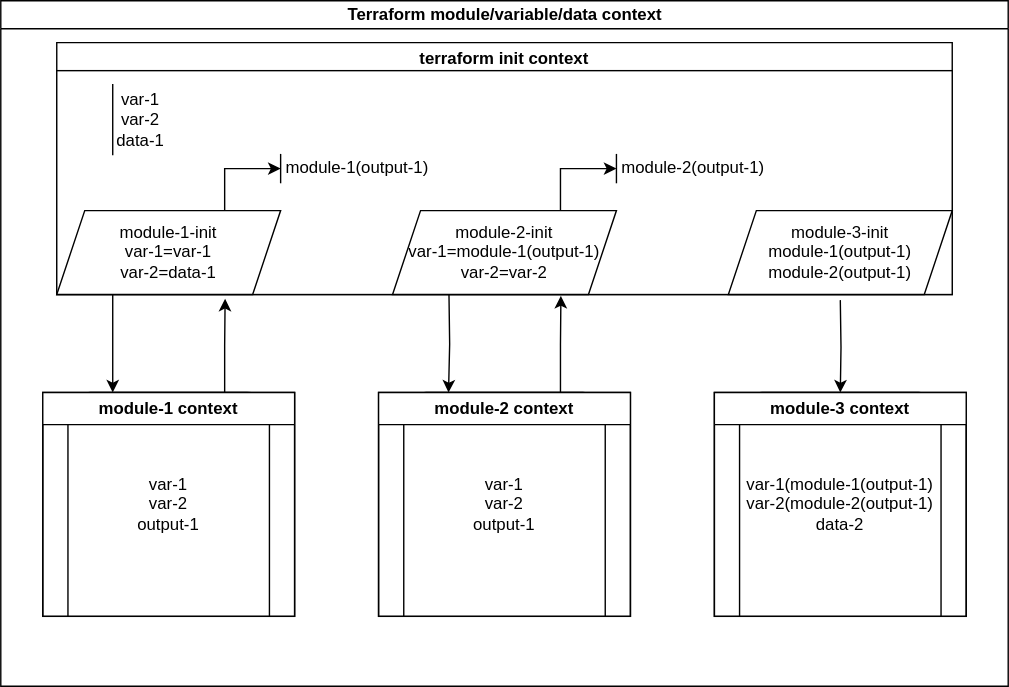
alismx/diagrams keeps this draw.io diagram as terraform-variable-context.svg. Above is the earlier version. Source tidied: cells renumbered, new cells last; positions are measured from the earlier drawing's top-left corner, leaving out a move shared by most shapes.
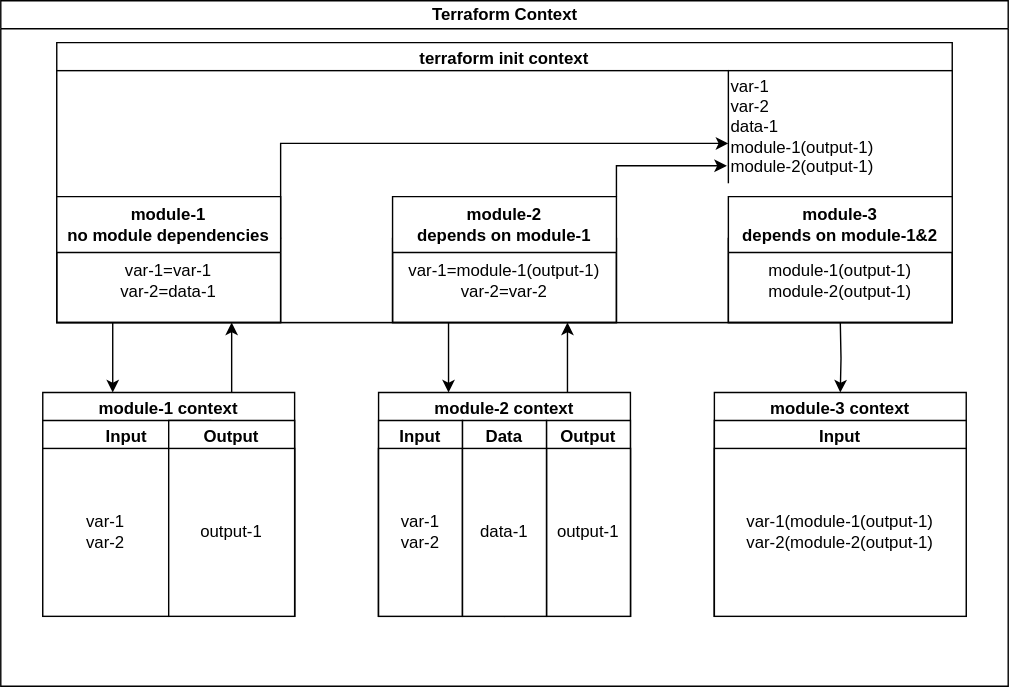
After the change.

The edit, as a diff of the source:
```diff
@@ -2,97 +2,123 @@
   <root>
     <mxCell id="0" />
     <mxCell id="1" parent="0" />
-    <mxCell id="2" value="&lt;div&gt;Terraform module/variable/data context&lt;/div&gt;" style="swimlane;html=1;startSize=20;horizontal=1;containerType=tree;glass=0;" parent="1" vertex="1">
+    <mxCell id="2" value="&lt;div&gt;Terraform Context&lt;/div&gt;" style="swimlane;html=1;startSize=20;horizontal=1;containerType=tree;glass=0;" parent="1" vertex="1">
       <mxGeometry width="720" height="490" as="geometry" />
     </mxCell>
-    <mxCell id="3" style="edgeStyle=orthogonalEdgeStyle;rounded=0;orthogonalLoop=1;jettySize=auto;html=1;exitX=0.25;exitY=0;exitDx=0;exitDy=0;entryX=0.25;entryY=0;entryDx=0;entryDy=0;" parent="2" edge="1" source="5" target="5">
-      <mxGeometry relative="1" as="geometry" />
-    </mxCell>
-    <mxCell id="4" style="rounded=1;whiteSpace=wrap;html=1;" parent="2" vertex="1">
-      <mxGeometry x="40" y="280" width="160" height="160" as="geometry" />
-    </mxCell>
-    <mxCell id="5" style="rounded=1;whiteSpace=wrap;html=1;" parent="2" vertex="1">
-      <mxGeometry x="280" y="280" width="160" height="160" as="geometry" />
-    </mxCell>
-    <mxCell id="6" style="rounded=1;whiteSpace=wrap;html=1;" parent="2" vertex="1">
-      <mxGeometry x="520" y="280" width="160" height="160" as="geometry" />
-    </mxCell>
-    <mxCell id="7" value="&lt;div&gt;var-1&lt;/div&gt;&lt;div&gt;var-2&lt;/div&gt;&lt;div&gt;output-1&lt;/div&gt;" style="shape=process;whiteSpace=wrap;html=1;backgroundOutline=1;" parent="2" vertex="1">
-      <mxGeometry x="30" y="280" width="180" height="160" as="geometry" />
-    </mxCell>
-    <mxCell id="8" value="var-1&lt;div&gt;var-2&lt;/div&gt;&lt;div&gt;output-1&lt;/div&gt;" style="shape=process;whiteSpace=wrap;html=1;backgroundOutline=1;" parent="2" vertex="1">
-      <mxGeometry x="270" y="280" width="180" height="160" as="geometry" />
-    </mxCell>
-    <mxCell id="9" value="&lt;div&gt;var-1(module-1(output-1)&lt;/div&gt;&lt;div&gt;var-2(module-2(output-1)&lt;br&gt;&lt;/div&gt;&lt;div&gt;data-2&lt;br&gt;&lt;/div&gt;" style="shape=process;whiteSpace=wrap;html=1;backgroundOutline=1;" parent="2" vertex="1">
-      <mxGeometry x="510" y="280" width="180" height="160" as="geometry" />
-    </mxCell>
     <mxCell id="10" value="terraform init context" style="swimlane;whiteSpace=wrap;html=1;" parent="2" vertex="1">
-      <mxGeometry x="40" y="30" width="640" height="180" as="geometry" />
+      <mxGeometry x="40" y="30" width="640" height="200" as="geometry" />
     </mxCell>
     <mxCell id="11" style="rounded=0;whiteSpace=wrap;html=1;" parent="10" vertex="1">
-      <mxGeometry y="20" width="640" height="160" as="geometry" />
+      <mxGeometry y="20" width="640" height="180" as="geometry" />
     </mxCell>
-    <mxCell id="12" value="&lt;div&gt;module-2(output-1)&lt;/div&gt;" style="shape=partialRectangle;whiteSpace=wrap;html=1;right=0;top=0;bottom=0;fillColor=none;routingCenterX=-0.5;" parent="10" vertex="1">
-      <mxGeometry x="400" y="80" width="110" height="20" as="geometry" />
-    </mxCell>
-    <mxCell id="13" value="&lt;div&gt;var-1&lt;/div&gt;&lt;div&gt;var-2&lt;/div&gt;&lt;div&gt;data-1&lt;br&gt;&lt;/div&gt;" style="shape=partialRectangle;whiteSpace=wrap;html=1;right=0;top=0;bottom=0;fillColor=none;routingCenterX=-0.5;" parent="10" vertex="1">
-      <mxGeometry x="40" y="30" width="40" height="50" as="geometry" />
+    <mxCell id="13" value="&lt;div align=&quot;left&quot;&gt;var-1&lt;/div&gt;&lt;div align=&quot;left&quot;&gt;var-2&lt;/div&gt;&lt;div align=&quot;left&quot;&gt;data-1&lt;br&gt;&lt;/div&gt;&lt;div align=&quot;left&quot;&gt;module-1(output-1)&lt;/div&gt;&lt;div&gt;&lt;div&gt;module-2(output-1)&lt;/div&gt;&lt;/div&gt;" style="shape=partialRectangle;whiteSpace=wrap;html=1;right=0;top=0;bottom=0;fillColor=none;routingCenterX=-0.5;align=left;" parent="10" vertex="1">
+      <mxGeometry x="480" y="20" width="116" height="80" as="geometry" />
     </mxCell>
-    <mxCell id="14" value="module-1(output-1)" style="shape=partialRectangle;whiteSpace=wrap;html=1;right=0;top=0;bottom=0;fillColor=none;routingCenterX=-0.5;" parent="10" vertex="1">
-      <mxGeometry x="160" y="80" width="110" height="20" as="geometry" />
-    </mxCell>
-    <mxCell id="15" value="&lt;div&gt;module-1-init&lt;/div&gt;&lt;div&gt;var-1=var-1&lt;/div&gt;&lt;div&gt;var-2=data-1&lt;br&gt;&lt;/div&gt;" style="shape=parallelogram;perimeter=parallelogramPerimeter;whiteSpace=wrap;html=1;fixedSize=1;" parent="10" vertex="1">
-      <mxGeometry y="120" width="160" height="60" as="geometry" />
+    <mxCell id="15" value="&lt;div&gt;var-1=var-1&lt;/div&gt;&lt;div&gt;var-2=data-1&lt;br&gt;&lt;/div&gt;" style="shape=parallelogram;perimeter=parallelogramPerimeter;whiteSpace=wrap;html=1;fixedSize=1;size=-10;" parent="10" vertex="1">
+      <mxGeometry y="140" width="160" height="60" as="geometry" />
     </mxCell>
-    <mxCell id="16" style="edgeStyle=orthogonalEdgeStyle;rounded=0;jettySize=auto;html=1;exitX=0.75;exitY=0;exitDx=0;exitDy=0;entryX=0;entryY=0.5;entryDx=0;entryDy=0;" parent="10" edge="1" source="15" target="14">
-      <mxGeometry relative="1" as="geometry" />
-    </mxCell>
-    <mxCell id="17" value="&lt;div&gt;module-2-init&lt;/div&gt;&lt;div&gt;var-1=module-1(output-1)&lt;/div&gt;&lt;div&gt;var-2=var-2&lt;/div&gt;" style="shape=parallelogram;perimeter=parallelogramPerimeter;whiteSpace=wrap;html=1;fixedSize=1;" parent="10" vertex="1">
-      <mxGeometry x="240" y="120" width="160" height="60" as="geometry" />
+    <mxCell id="17" value="&lt;div&gt;var-1=module-1(output-1)&lt;/div&gt;&lt;div&gt;var-2=var-2&lt;/div&gt;" style="shape=parallelogram;perimeter=parallelogramPerimeter;whiteSpace=wrap;html=1;fixedSize=1;size=0;" parent="10" vertex="1">
+      <mxGeometry x="240" y="140" width="160" height="60" as="geometry" />
     </mxCell>
-    <mxCell id="18" style="edgeStyle=orthogonalEdgeStyle;rounded=0;jettySize=auto;html=1;exitX=0.75;exitY=0;exitDx=0;exitDy=0;entryX=0;entryY=0.5;entryDx=0;entryDy=0;" parent="10" edge="1" source="17" target="12">
-      <mxGeometry relative="1" as="geometry" />
-    </mxCell>
-    <mxCell id="19" value="&lt;div&gt;module-3-init&lt;/div&gt;&lt;div&gt;module-1(output-1)&lt;/div&gt;&lt;div&gt;module-2(output-1)&lt;/div&gt;" style="shape=parallelogram;perimeter=parallelogramPerimeter;whiteSpace=wrap;html=1;fixedSize=1;" parent="10" vertex="1">
-      <mxGeometry x="480" y="120" width="160" height="60" as="geometry" />
+    <mxCell id="19" value="&lt;div&gt;module-1(output-1)&lt;/div&gt;&lt;div&gt;module-2(output-1)&lt;/div&gt;" style="shape=parallelogram;perimeter=parallelogramPerimeter;whiteSpace=wrap;html=1;fixedSize=1;size=0;" parent="10" vertex="1">
+      <mxGeometry x="480" y="140" width="160" height="60" as="geometry" />
     </mxCell>
+    <mxCell id="28" value="&lt;div&gt;module-2&lt;/div&gt;&lt;div&gt;depends on module-1&lt;br&gt;&lt;/div&gt;" style="swimlane;whiteSpace=wrap;html=1;startSize=40;" parent="10" vertex="1">
+      <mxGeometry x="240" y="110" width="160" height="90" as="geometry" />
+    </mxCell>
+    <mxCell id="29" style="edgeStyle=orthogonalEdgeStyle;rounded=0;jettySize=auto;html=1;exitX=1;exitY=0.25;exitDx=0;exitDy=0;entryX=0;entryY=0.65;entryDx=0;entryDy=0;entryPerimeter=0;" parent="10" edge="1" target="13">
+      <mxGeometry relative="1" as="geometry">
+        <mxPoint x="160" y="140" as="sourcePoint" />
+        <Array as="points">
+          <mxPoint x="160" y="72" />
+        </Array>
+      </mxGeometry>
+    </mxCell>
+    <mxCell id="30" style="edgeStyle=orthogonalEdgeStyle;rounded=0;jettySize=auto;html=1;exitX=1;exitY=0;exitDx=0;exitDy=0;entryX=-0.009;entryY=0.85;entryDx=0;entryDy=0;entryPerimeter=0;" parent="10" edge="1" source="28" target="13">
+      <mxGeometry relative="1" as="geometry" />
+    </mxCell>
+    <mxCell id="31" value="&lt;div&gt;module-1&lt;/div&gt;&lt;div&gt;no module dependencies&lt;br&gt;&lt;/div&gt;" style="swimlane;whiteSpace=wrap;html=1;startSize=40;" parent="10" vertex="1">
+      <mxGeometry y="110" width="160" height="90" as="geometry" />
+    </mxCell>
+    <mxCell id="32" value="&lt;div&gt;module-3&lt;/div&gt;&lt;div&gt;depends on module-1&amp;amp;2&lt;br&gt;&lt;/div&gt;" style="swimlane;whiteSpace=wrap;html=1;startSize=40;" parent="10" vertex="1">
+      <mxGeometry x="480" y="110" width="160" height="90" as="geometry" />
+    </mxCell>
+    <mxCell id="33" style="edgeStyle=orthogonalEdgeStyle;rounded=0;jettySize=auto;html=1;exitX=0.75;exitY=0;exitDx=0;exitDy=0;" parent="2" edge="1" source="20">
+      <mxGeometry relative="1" as="geometry">
+        <mxPoint x="165" y="230" as="targetPoint" />
+      </mxGeometry>
+    </mxCell>
     <mxCell id="20" value="&lt;div&gt;module-1 context&lt;br&gt;&lt;/div&gt;" style="swimlane;whiteSpace=wrap;html=1;" parent="2" vertex="1">
       <mxGeometry x="30" y="280" width="180" height="160" as="geometry" />
     </mxCell>
+    <mxCell id="34" style="edgeStyle=orthogonalEdgeStyle;rounded=0;jettySize=auto;html=1;exitX=0.75;exitY=0;exitDx=0;exitDy=0;" parent="2" edge="1" source="21">
+      <mxGeometry relative="1" as="geometry">
+        <mxPoint x="405" y="230" as="targetPoint" />
+      </mxGeometry>
+    </mxCell>
     <mxCell id="21" value="&lt;div&gt;module-2 context&lt;br&gt;&lt;/div&gt;" style="swimlane;whiteSpace=wrap;html=1;" parent="2" vertex="1">
       <mxGeometry x="270" y="280" width="180" height="160" as="geometry" />
     </mxCell>
+    <mxCell id="35" value="var-1&lt;div&gt;var-2&lt;/div&gt;" style="rounded=0;whiteSpace=wrap;html=1;" parent="21" vertex="1">
+      <mxGeometry y="40" width="90" height="120" as="geometry" />
+    </mxCell>
+    <mxCell id="36" value="&lt;div&gt;output-1&lt;/div&gt;" style="rounded=0;whiteSpace=wrap;html=1;" parent="21" vertex="1">
+      <mxGeometry x="90" y="40" width="90" height="120" as="geometry" />
+    </mxCell>
+    <mxCell id="37" value="Input" style="swimlane;whiteSpace=wrap;html=1;" parent="21" vertex="1">
+      <mxGeometry y="20" width="60" height="140" as="geometry" />
+    </mxCell>
+    <mxCell id="38" value="&lt;div&gt;var-1&lt;/div&gt;&lt;div&gt;var-2&lt;/div&gt;" style="rounded=0;whiteSpace=wrap;html=1;" parent="37" vertex="1">
+      <mxGeometry y="20" width="60" height="120" as="geometry" />
+    </mxCell>
+    <mxCell id="39" value="&lt;div&gt;Output&lt;/div&gt;" style="swimlane;whiteSpace=wrap;html=1;startSize=23;" parent="21" vertex="1">
+      <mxGeometry x="120" y="20" width="60" height="140" as="geometry" />
+    </mxCell>
+    <mxCell id="40" value="&lt;div&gt;output-1&lt;/div&gt;" style="rounded=0;whiteSpace=wrap;html=1;" parent="21" vertex="1">
+      <mxGeometry x="120" y="40" width="60" height="120" as="geometry" />
+    </mxCell>
+    <mxCell id="41" value="&lt;div&gt;Data&lt;/div&gt;" style="swimlane;whiteSpace=wrap;html=1;" parent="21" vertex="1">
+      <mxGeometry x="60" y="20" width="60" height="140" as="geometry" />
+    </mxCell>
+    <mxCell id="42" value="data-1" style="rounded=0;whiteSpace=wrap;html=1;" parent="21" vertex="1">
+      <mxGeometry x="60" y="40" width="60" height="120" as="geometry" />
+    </mxCell>
     <mxCell id="22" value="&lt;div&gt;module-3 context&lt;br&gt;&lt;/div&gt;" style="swimlane;whiteSpace=wrap;html=1;" parent="2" vertex="1">
       <mxGeometry x="510" y="280" width="180" height="160" as="geometry" />
     </mxCell>
-    <mxCell id="23" style="edgeStyle=orthogonalEdgeStyle;rounded=0;jettySize=auto;html=1;exitX=0.75;exitY=0;exitDx=0;exitDy=0;entryX=0.563;entryY=1.006;entryDx=0;entryDy=0;entryPerimeter=0;" parent="1" edge="1" source="5">
-      <mxGeometry relative="1" as="geometry">
-        <mxPoint x="400.3" y="211" as="targetPoint" />
-      </mxGeometry>
-    </mxCell>
-    <mxCell id="24" style="edgeStyle=orthogonalEdgeStyle;rounded=0;jettySize=auto;html=1;exitX=0.438;exitY=1;exitDx=0;exitDy=0;entryX=0.25;entryY=0;entryDx=0;entryDy=0;exitPerimeter=0;" parent="1" edge="1" target="5">
-      <mxGeometry relative="1" as="geometry">
-        <mxPoint x="320.3" y="210" as="sourcePoint" />
-      </mxGeometry>
-    </mxCell>
-    <mxCell id="25" style="edgeStyle=orthogonalEdgeStyle;rounded=0;jettySize=auto;html=1;entryX=0.25;entryY=0;entryDx=0;entryDy=0;" parent="1" edge="1" target="4">
-      <mxGeometry relative="1" as="geometry">
-        <mxPoint x="80" y="210" as="sourcePoint" />
-        <Array as="points">
-          <mxPoint x="80" y="230" />
-          <mxPoint x="80" y="230" />
-        </Array>
-      </mxGeometry>
-    </mxCell>
-    <mxCell id="26" style="edgeStyle=orthogonalEdgeStyle;rounded=0;jettySize=auto;html=1;exitX=0.875;exitY=1.025;exitDx=0;exitDy=0;entryX=0.5;entryY=0;entryDx=0;entryDy=0;exitPerimeter=0;" parent="1" edge="1" target="6">
-      <mxGeometry relative="1" as="geometry">
-        <mxPoint x="600" y="214" as="sourcePoint" />
-      </mxGeometry>
-    </mxCell>
-    <mxCell id="27" style="edgeStyle=orthogonalEdgeStyle;rounded=0;jettySize=auto;html=1;exitX=0.75;exitY=0;exitDx=0;exitDy=0;entryX=0.188;entryY=1.019;entryDx=0;entryDy=0;entryPerimeter=0;" parent="1" edge="1" source="4">
-      <mxGeometry relative="1" as="geometry">
-        <mxPoint x="160.3" y="213" as="targetPoint" />
-      </mxGeometry>
-    </mxCell>
+    <mxCell id="43" value="Input" style="swimlane;whiteSpace=wrap;html=1;" parent="22" vertex="1">
+      <mxGeometry y="20" width="180" height="140" as="geometry" />
+    </mxCell>
+    <mxCell id="44" value="&lt;p align=&quot;center&quot; style=&quot;line-height: 100%;&quot;&gt;&lt;/p&gt;&lt;div align=&quot;center&quot;&gt;var-1(module-1(output-1)&lt;/div&gt;&lt;div align=&quot;center&quot;&gt;var-2(module-2(output-1)&lt;br&gt;&lt;/div&gt;&lt;p align=&quot;center&quot;&gt;&lt;/p&gt;" style="rounded=0;whiteSpace=wrap;html=1;align=center;" parent="43" vertex="1">
+      <mxGeometry y="20" width="180" height="120" as="geometry" />
+    </mxCell>
+    <mxCell id="45" value="Input" style="swimlane;whiteSpace=wrap;html=1;" parent="2" vertex="1">
+      <mxGeometry x="30" y="300" width="120" height="140" as="geometry" />
+    </mxCell>
+    <mxCell id="46" value="&lt;div&gt;var-1&lt;/div&gt;&lt;div&gt;var-2&lt;/div&gt;" style="rounded=0;whiteSpace=wrap;html=1;" parent="45" vertex="1">
+      <mxGeometry y="20" width="90" height="120" as="geometry" />
+    </mxCell>
+    <mxCell id="47" value="&lt;div&gt;Output&lt;/div&gt;" style="swimlane;whiteSpace=wrap;html=1;startSize=23;" parent="2" vertex="1">
+      <mxGeometry x="120" y="300" width="90" height="140" as="geometry" />
+    </mxCell>
+    <mxCell id="48" value="&lt;div&gt;output-1&lt;/div&gt;" style="rounded=0;whiteSpace=wrap;html=1;" parent="47" vertex="1">
+      <mxGeometry y="20" width="90" height="120" as="geometry" />
+    </mxCell>
+    <mxCell id="49" style="edgeStyle=orthogonalEdgeStyle;rounded=0;orthogonalLoop=1;jettySize=auto;html=1;exitX=0.25;exitY=1;exitDx=0;exitDy=0;" parent="2" edge="1">
+      <mxGeometry relative="1" as="geometry">
+        <mxPoint x="80" y="230" as="sourcePoint" />
+        <mxPoint x="80" y="280" as="targetPoint" />
+      </mxGeometry>
+    </mxCell>
+    <mxCell id="50" style="edgeStyle=orthogonalEdgeStyle;rounded=0;jettySize=auto;html=1;exitX=0.25;exitY=1;exitDx=0;exitDy=0;" parent="2" edge="1" source="28">
+      <mxGeometry relative="1" as="geometry">
+        <mxPoint x="320" y="280" as="targetPoint" />
+      </mxGeometry>
+    </mxCell>
+    <mxCell id="51" style="edgeStyle=orthogonalEdgeStyle;rounded=0;jettySize=auto;html=1;exitX=0.5;exitY=1;exitDx=0;exitDy=0;entryX=0.5;entryY=0;entryDx=0;entryDy=0;" parent="2" edge="1" target="22">
+      <mxGeometry relative="1" as="geometry">
+        <mxPoint x="600" y="230" as="sourcePoint" />
+      </mxGeometry>
+    </mxCell>
   </root>
 </mxGraphModel>
```
